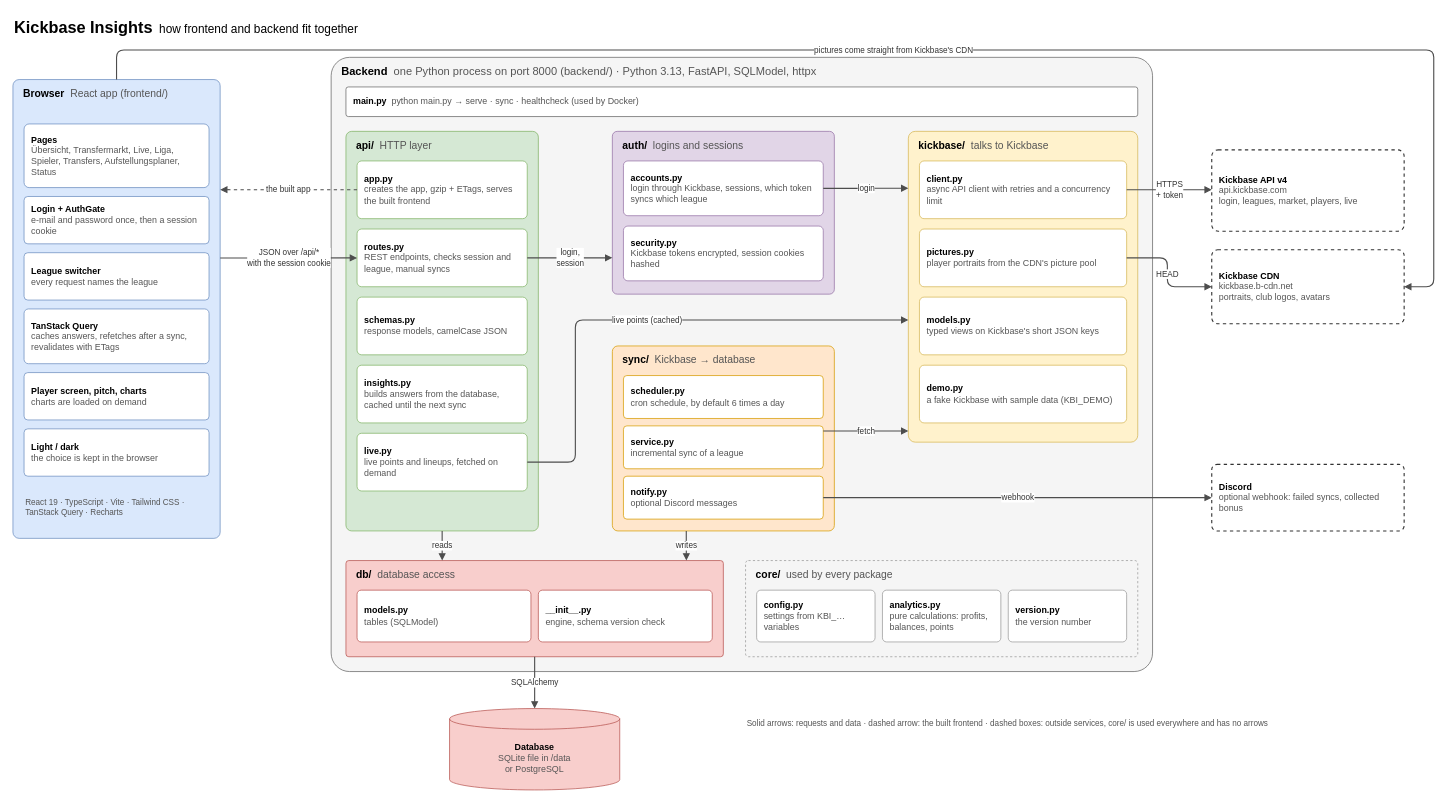
Earlier version of the draw.io diagram page "Architecture" (1 of 2) of docs/architecture.drawio (casudo/Kickbase-Insights). Source tidied: cells renumbered, new cells numbered last; positions are measured from the earlier drawing's top-left corner, leaving out a move shared by most shapes. Both pictures are drawn from the tidied source at 74%, with x=0, y=0 at pixel (13, 13).
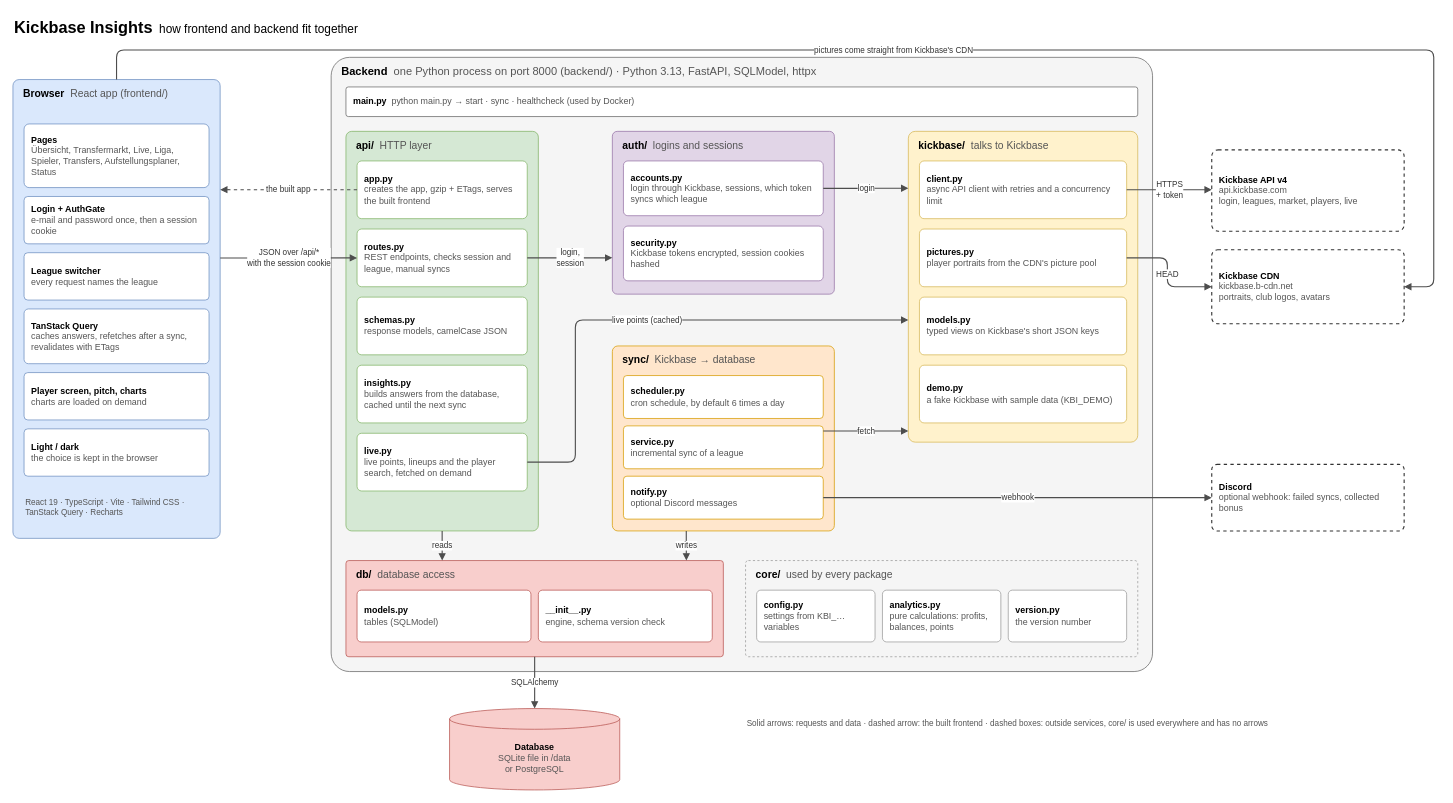
The same diagram, later.

Commit message (it also covers changes not shown here):
docs: add `start` subcommand

The change refers to these unchanged cells:
```xml
<mxCell id="11" value="&lt;b&gt;Backend&lt;/b&gt;&amp;nbsp;&amp;nbsp;&lt;font color=&quot;#555555&quot;&gt;one Python process on port 8000 (backend/) · Python 3.13, FastAPI, SQLModel, httpx&lt;/font&gt;" style="rounded=1;whiteSpace=wrap;html=1;arcSize=3;verticalAlign=top;align=left;spacingLeft=12;spacingTop=4;fontSize=15;fillColor=#f5f5f5;strokeColor=#666666;" parent="1" vertex="1">
  <mxGeometry x="430" y="60" width="1110" height="830" as="geometry" />
</mxCell>
<mxCell id="13" value="&lt;b&gt;api/&lt;/b&gt;&amp;nbsp;&amp;nbsp;&lt;font color=&quot;#555555&quot;&gt;HTTP layer&lt;/font&gt;" style="rounded=1;whiteSpace=wrap;html=1;arcSize=3;verticalAlign=top;align=left;spacingLeft=12;spacingTop=4;fontSize=14;fillColor=#d5e8d4;strokeColor=#82b366;" parent="11" vertex="1">
  <mxGeometry x="20" y="100" width="260" height="540" as="geometry" />
</mxCell>
```

Diff of the diagram source:
```diff
@@
-    <mxCell id="12" value="&lt;b&gt;main.py&lt;/b&gt;&amp;nbsp;&amp;nbsp;&lt;font color=&quot;#555555&quot;&gt;python main.py → serve · sync · healthcheck (used by Docker)&lt;/font&gt;" style="rounded=1;whiteSpace=wrap;html=1;arcSize=8;align=left;verticalAlign=middle;spacingLeft=8;spacingRight=6;fontSize=12;fillColor=#ffffff;strokeColor=#666666;" parent="11" vertex="1">
+    <mxCell id="12" value="&lt;b&gt;main.py&lt;/b&gt;&amp;nbsp;&amp;nbsp;&lt;font color=&quot;#555555&quot;&gt;python main.py → start · sync · healthcheck (used by Docker)&lt;/font&gt;" style="rounded=1;whiteSpace=wrap;html=1;arcSize=8;align=left;verticalAlign=middle;spacingLeft=8;spacingRight=6;fontSize=12;fillColor=#ffffff;strokeColor=#666666;" parent="11" vertex="1">
       <mxGeometry x="20" y="40" width="1070" height="40" as="geometry" />
     </mxCell>
@@
-    <mxCell id="18" value="&lt;b&gt;live.py&lt;/b&gt;&lt;br&gt;&lt;font color=&quot;#555555&quot;&gt;live points and lineups, fetched on demand&lt;/font&gt;" style="rounded=1;whiteSpace=wrap;html=1;arcSize=8;align=left;verticalAlign=middle;spacingLeft=8;spacingRight=6;fontSize=12;fillColor=#ffffff;strokeColor=#82b366;" parent="13" vertex="1">
+    <mxCell id="18" value="&lt;b&gt;live.py&lt;/b&gt;&lt;br&gt;&lt;font color=&quot;#555555&quot;&gt;live points, lineups and the player search, fetched on demand&lt;/font&gt;" style="rounded=1;whiteSpace=wrap;html=1;arcSize=8;align=left;verticalAlign=middle;spacingLeft=8;spacingRight=6;fontSize=12;fillColor=#ffffff;strokeColor=#82b366;" parent="13" vertex="1">
       <mxGeometry x="15" y="408" width="230" height="78" as="geometry" />
     </mxCell>
```
